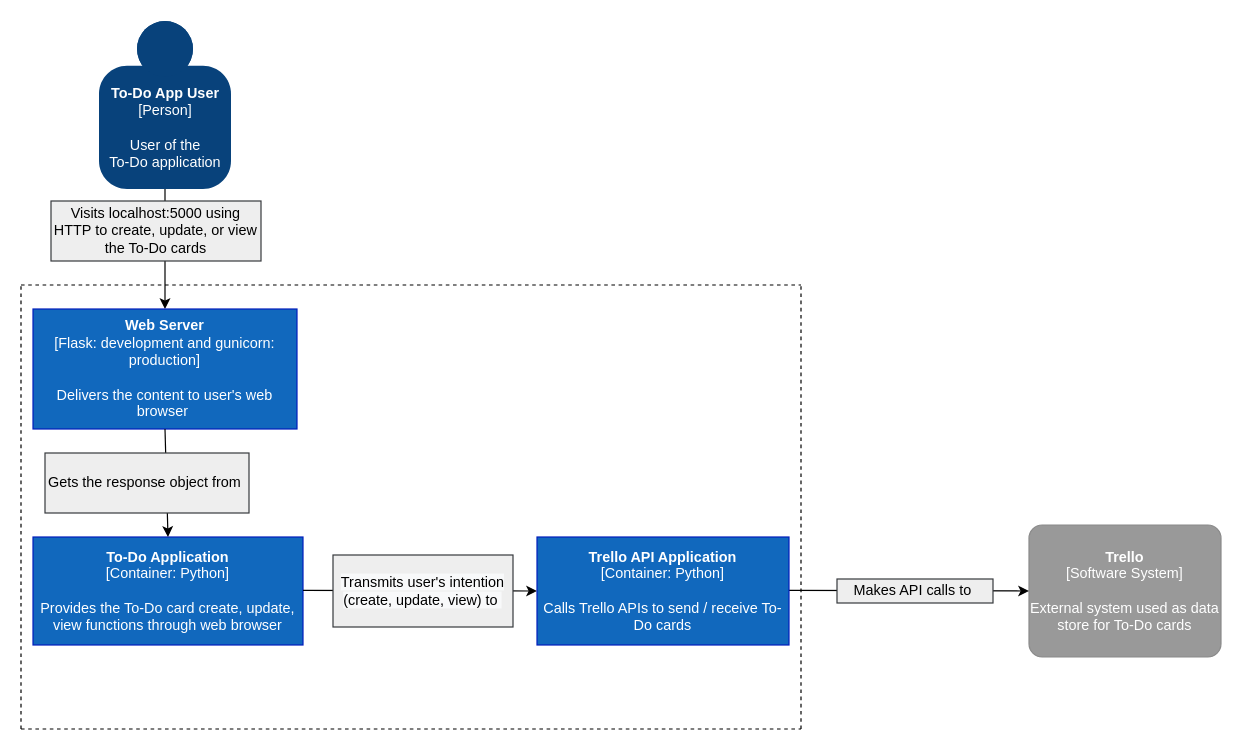
Before: documentation/container_diagram.drawio in vaibhav1sh/DevOps-Course-Starter, a draw.io diagram. Source tidied: cells renumbered, new cells numbered last; positions are measured from the earlier drawing's top-left corner, leaving out a move shared by most shapes. Both pictures are drawn from the tidied source at 120%, with x=0, y=0 at pixel (20, 20).
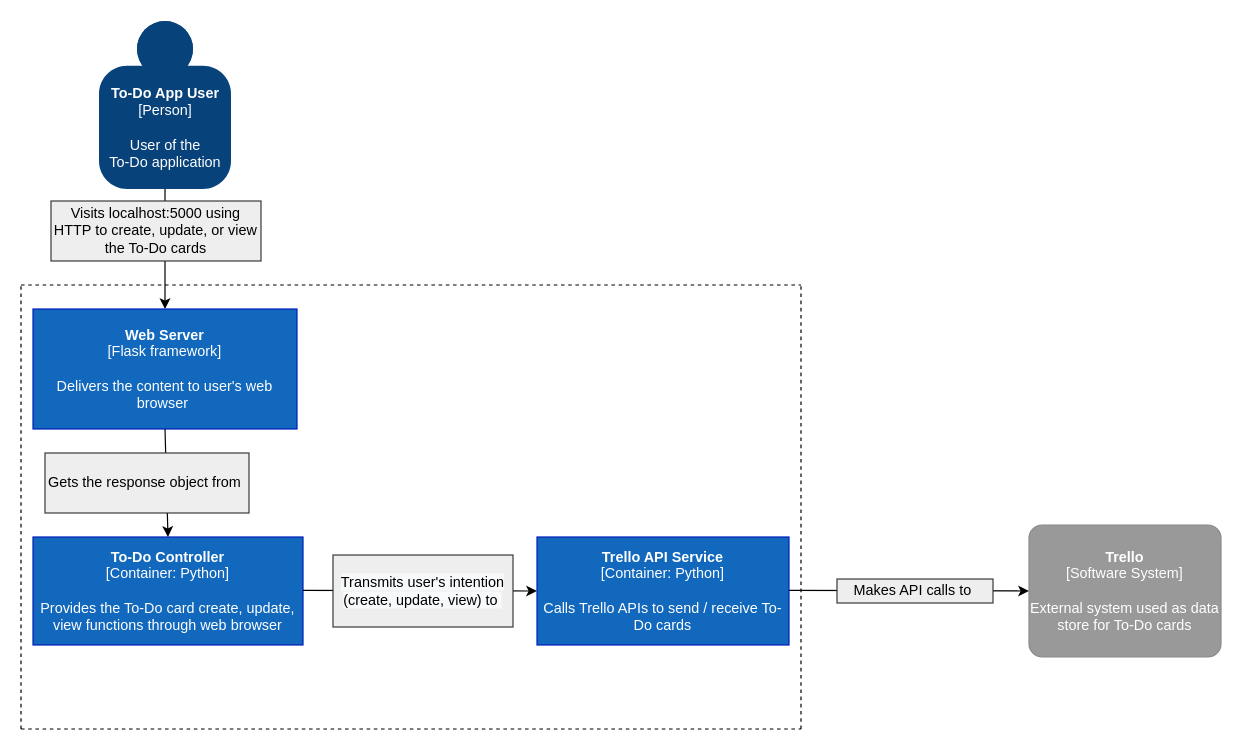
Above is the later version.

The edit, as a diff of the source:
```diff
@@
-    <mxCell id="4" value="&lt;b&gt;Web Server&lt;/b&gt;&lt;br&gt;[Flask: development and gunicorn: production]&lt;br&gt;&lt;br&gt;Delivers the content to user's web browser&amp;nbsp;" style="rounded=0;whiteSpace=wrap;html=1;strokeColor=#001DBC;noLabel=0;fontColor=#ffffff;fillColor=#1168BD;" parent="1" vertex="1">
+    <mxCell id="4" value="&lt;b&gt;Web Server&lt;/b&gt;&lt;br&gt;[Flask framework]&lt;br&gt;&lt;br&gt;Delivers the content to user's web browser&amp;nbsp;" style="rounded=0;whiteSpace=wrap;html=1;strokeColor=#001DBC;noLabel=0;fontColor=#ffffff;fillColor=#1168BD;" parent="1" vertex="1">
       <mxGeometry x="10" y="240" width="220" height="100" as="geometry" />
     </mxCell>
-    <mxCell id="5" value="&lt;b&gt;To-Do Application&lt;/b&gt;&lt;br&gt;[Container: Python]&lt;br&gt;&lt;br&gt;Provides the To-Do card create, update, view functions through web browser" style="rounded=0;whiteSpace=wrap;html=1;strokeColor=#001DBC;noLabel=0;fontColor=#ffffff;fillColor=#1168BD;" parent="1" vertex="1">
+    <mxCell id="5" value="&lt;b&gt;To-Do Controller&lt;/b&gt;&lt;br&gt;[Container: Python]&lt;br&gt;&lt;br&gt;Provides the To-Do card create, update, view functions through web browser" style="rounded=0;whiteSpace=wrap;html=1;strokeColor=#001DBC;noLabel=0;fontColor=#ffffff;fillColor=#1168BD;" parent="1" vertex="1">
       <mxGeometry x="10" y="430" width="225" height="90" as="geometry" />
     </mxCell>
@@
-    <mxCell id="18" value="&lt;b&gt;Trello API Application&lt;/b&gt;&lt;br&gt;[Container: Python]&lt;br&gt;&lt;br&gt;Calls Trello APIs to send / receive To-Do cards" style="rounded=0;whiteSpace=wrap;html=1;strokeColor=#001DBC;noLabel=0;fontColor=#ffffff;fillColor=#1168BD;" parent="1" vertex="1">
+    <mxCell id="18" value="&lt;b&gt;Trello API Service&lt;/b&gt;&lt;br&gt;[Container: Python]&lt;br&gt;&lt;br&gt;Calls Trello APIs to send / receive To-Do cards" style="rounded=0;whiteSpace=wrap;html=1;strokeColor=#001DBC;noLabel=0;fontColor=#ffffff;fillColor=#1168BD;" parent="1" vertex="1">
       <mxGeometry x="430" y="430" width="210" height="90" as="geometry" />
     </mxCell>
```
